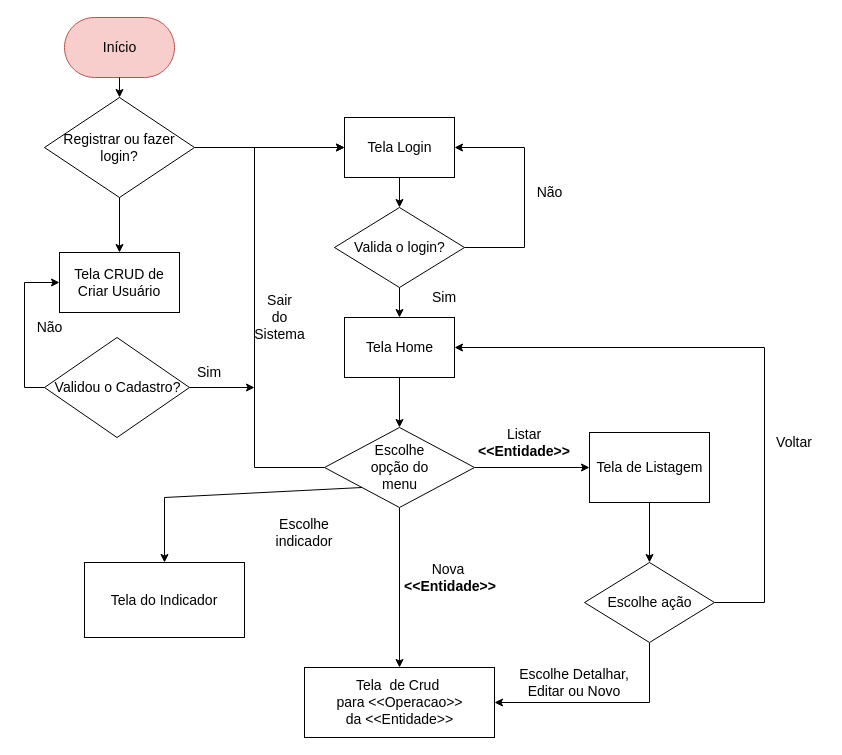
The draw.io diagram page "Diagrama de fluxo" (1 of 7) of projeto/documentacao/wireframes.drawio in adjamirgalvao/pucminas, before the edit. Source tidied: cells renumbered, new cells numbered last; positions are measured from the earlier drawing's top-left corner, leaving out a move shared by most shapes. Both pictures are drawn from the tidied source at 100%, with x=0, y=0 at pixel (24, 17).
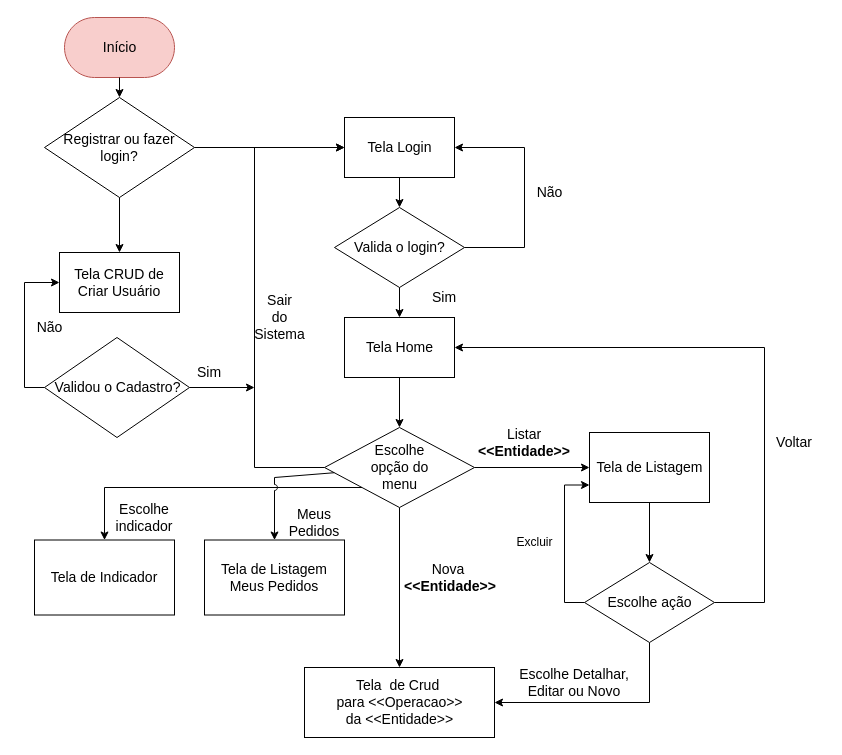
The same page after the edit.

Unchanged cells that the change refers to:
```xml
<mxCell id="13" value="Escolhe &lt;br&gt;opção do &lt;br&gt;menu" style="shape=rhombus;html=1;dashed=0;whitespace=wrap;perimeter=rhombusPerimeter;fontSize=14;" parent="1" vertex="1">
  <mxGeometry x="300" y="410" width="150" height="80" as="geometry" />
</mxCell>
<mxCell id="15" value="Tela de Listagem" style="html=1;dashed=0;whitespace=wrap;fontSize=14;" parent="1" vertex="1">
  <mxGeometry x="565" y="415" width="120" height="70" as="geometry" />
</mxCell>
<mxCell id="19" value="Escolhe ação" style="shape=rhombus;html=1;dashed=0;whitespace=wrap;perimeter=rhombusPerimeter;fontSize=14;" parent="1" vertex="1">
  <mxGeometry x="560" y="545" width="130" height="80" as="geometry" />
</mxCell>
```

Change to the diagram source:
```diff
@@
+    <mxCell id="40" style="edgeStyle=orthogonalEdgeStyle;rounded=0;jettySize=auto;html=1;exitX=0;exitY=0.5;exitDx=0;exitDy=0;entryX=0;entryY=0.75;entryDx=0;entryDy=0;startArrow=none;startFill=0;endArrow=classic;endFill=1;" parent="1" edge="1" source="19" target="15">
+      <mxGeometry relative="1" as="geometry" />
+    </mxCell>
@@
     <mxCell id="27" style="endArrow=classic;html=1;rounded=0;fontSize=14;exitX=0;exitY=1;exitDx=0;exitDy=0;entryX=0.5;entryY=0;entryDx=0;entryDy=0;" parent="1" edge="1" source="13" target="28">
       <mxGeometry relative="1" as="geometry">
         <Array as="points">
-          <mxPoint x="140" y="480" />
+          <mxPoint x="80" y="470" />
         </Array>
       </mxGeometry>
     </mxCell>
-    <mxCell id="28" value="Tela do Indicador" style="rounded=0;whiteSpace=wrap;html=1;fontSize=14;" parent="1" vertex="1">
-      <mxGeometry x="60" y="545" width="160" height="75" as="geometry" />
+    <mxCell id="28" value="Tela de Indicador" style="rounded=0;whiteSpace=wrap;html=1;fontSize=14;" parent="1" vertex="1">
+      <mxGeometry x="10" y="522.5" width="140" height="75" as="geometry" />
     </mxCell>
     <mxCell id="29" value="Escolhe indicador" style="text;html=1;strokeColor=none;fillColor=none;align=center;verticalAlign=middle;whiteSpace=wrap;rounded=0;fontSize=14;" parent="1" vertex="1">
-      <mxGeometry x="250" y="500" width="60" height="30" as="geometry" />
+      <mxGeometry x="90" y="485" width="60" height="30" as="geometry" />
     </mxCell>
@@
+    <mxCell id="41" value="Excluir" style="text;html=1;align=center;verticalAlign=middle;strokeColor=none;fillColor=none;" parent="1" vertex="1">
+      <mxGeometry x="480" y="510" width="60" height="30" as="geometry" />
+    </mxCell>
+    <mxCell id="42" style="endArrow=classic;html=1;rounded=0;fontSize=14;entryX=0.5;entryY=0;entryDx=0;entryDy=0;jumpStyle=arc;" parent="1" edge="1" source="13" target="43">
+      <mxGeometry relative="1" as="geometry">
+        <Array as="points">
+          <mxPoint x="250" y="460" />
+        </Array>
+      </mxGeometry>
+    </mxCell>
+    <mxCell id="43" value="Tela de Listagem Meus Pedidos" style="rounded=0;whiteSpace=wrap;html=1;fontSize=14;" parent="1" vertex="1">
+      <mxGeometry x="180" y="522.5" width="140" height="75" as="geometry" />
+    </mxCell>
+    <mxCell id="44" value="Meus Pedidos" style="text;html=1;strokeColor=none;fillColor=none;align=center;verticalAlign=middle;whiteSpace=wrap;rounded=0;fontSize=14;" parent="1" vertex="1">
+      <mxGeometry x="260" y="490" width="60" height="30" as="geometry" />
+    </mxCell>
```
